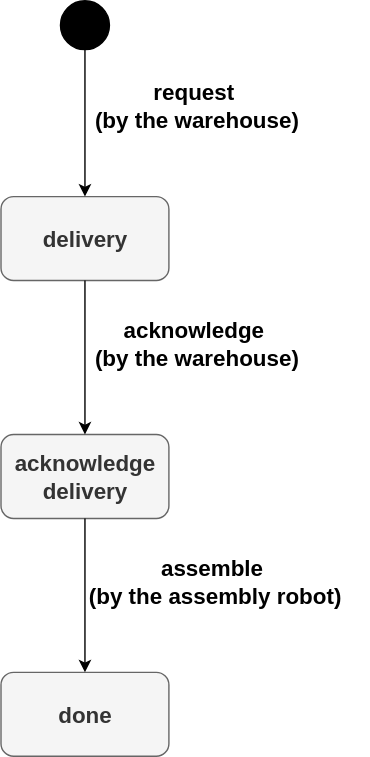
This is demos/warehouse-readme-demo/assembly-protocol.svg from lucas874/machines, a draw.io export, as it was before one commit. Source tidied: cells renumbered, new cells last; positions are measured from the earlier drawing's top-left corner, leaving out a move shared by most shapes.
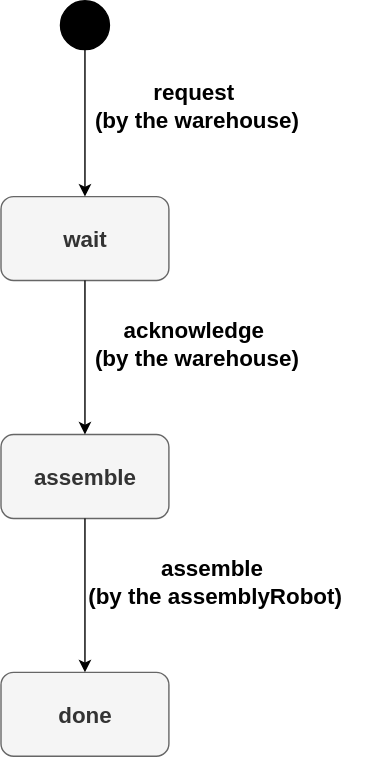
The same file after the commit.

Change to the diagram source:
```diff
@@ -2,7 +2,7 @@
   <root>
     <mxCell id="0" />
     <mxCell id="1" parent="0" />
-    <mxCell id="2" value="&lt;b&gt;&lt;font style=&quot;font-size: 16px;&quot;&gt;delivery&lt;/font&gt;&lt;/b&gt;" style="rounded=1;whiteSpace=wrap;html=1;fillColor=#f5f5f5;fontColor=#333333;strokeColor=#666666;" parent="1" vertex="1">
+    <mxCell id="2" value="&lt;b&gt;&lt;font style=&quot;font-size: 16px;&quot;&gt;wait&lt;/font&gt;&lt;/b&gt;" style="rounded=1;whiteSpace=wrap;html=1;fillColor=#f5f5f5;fontColor=#333333;strokeColor=#666666;" parent="1" vertex="1">
       <mxGeometry y="140" width="120" height="60" as="geometry" />
     </mxCell>
     <mxCell id="3" style="endArrow=classic;html=1;rounded=0;exitX=0.5;exitY=1;exitDx=0;exitDy=0;" parent="1" edge="1" target="2">
@@ -13,7 +13,7 @@
     <mxCell id="4" value="&lt;div&gt;&lt;font style=&quot;font-size: 16px;&quot;&gt;&lt;b&gt;request&amp;nbsp;&lt;/b&gt;&lt;/font&gt;&lt;/div&gt;&lt;div&gt;&lt;font style=&quot;font-size: 16px;&quot;&gt;&lt;b&gt;(by the warehouse)&lt;/b&gt;&lt;/font&gt;&lt;/div&gt;" style="text;html=1;align=center;verticalAlign=middle;whiteSpace=wrap;rounded=0;" parent="1" vertex="1">
       <mxGeometry x="40" y="60" width="200" height="30" as="geometry" />
     </mxCell>
-    <mxCell id="5" value="&lt;div&gt;&lt;b&gt;&lt;font style=&quot;font-size: 16px;&quot;&gt;acknowledge delivery&lt;/font&gt;&lt;/b&gt;&lt;/div&gt;" style="rounded=1;whiteSpace=wrap;html=1;fillColor=#f5f5f5;fontColor=#333333;strokeColor=#666666;" parent="1" vertex="1">
+    <mxCell id="5" value="&lt;div&gt;&lt;b&gt;&lt;font style=&quot;font-size: 16px;&quot;&gt;assemble&lt;/font&gt;&lt;/b&gt;&lt;/div&gt;" style="rounded=1;whiteSpace=wrap;html=1;fillColor=#f5f5f5;fontColor=#333333;strokeColor=#666666;" parent="1" vertex="1">
       <mxGeometry y="310" width="120" height="60" as="geometry" />
     </mxCell>
     <mxCell id="6" style="endArrow=classic;html=1;rounded=0;exitX=0.5;exitY=1;exitDx=0;exitDy=0;" parent="1" edge="1">
@@ -34,7 +34,7 @@
         <mxPoint x="60" y="480" as="targetPoint" />
       </mxGeometry>
     </mxCell>
-    <mxCell id="10" value="&lt;div&gt;&lt;font style=&quot;font-size: 16px;&quot;&gt;&lt;b&gt;assemble&amp;nbsp;&lt;/b&gt;&lt;/font&gt;&lt;/div&gt;&lt;div&gt;&lt;font style=&quot;font-size: 16px;&quot;&gt;&lt;b&gt;(by the assembly robot)&lt;/b&gt;&lt;/font&gt;&lt;/div&gt;" style="text;html=1;align=center;verticalAlign=middle;whiteSpace=wrap;rounded=0;" parent="1" vertex="1">
+    <mxCell id="10" value="&lt;div&gt;&lt;font style=&quot;font-size: 16px;&quot;&gt;&lt;b&gt;assemble&amp;nbsp;&lt;/b&gt;&lt;/font&gt;&lt;/div&gt;&lt;div&gt;&lt;font style=&quot;font-size: 16px;&quot;&gt;&lt;b&gt;(by the assemblyRobot)&lt;/b&gt;&lt;/font&gt;&lt;/div&gt;" style="text;html=1;align=center;verticalAlign=middle;whiteSpace=wrap;rounded=0;" parent="1" vertex="1">
       <mxGeometry x="42.5" y="400" width="220" height="30" as="geometry" />
     </mxCell>
     <mxCell id="11" style="ellipse;whiteSpace=wrap;html=1;fillColor=#000000;" parent="1" vertex="1">
```
